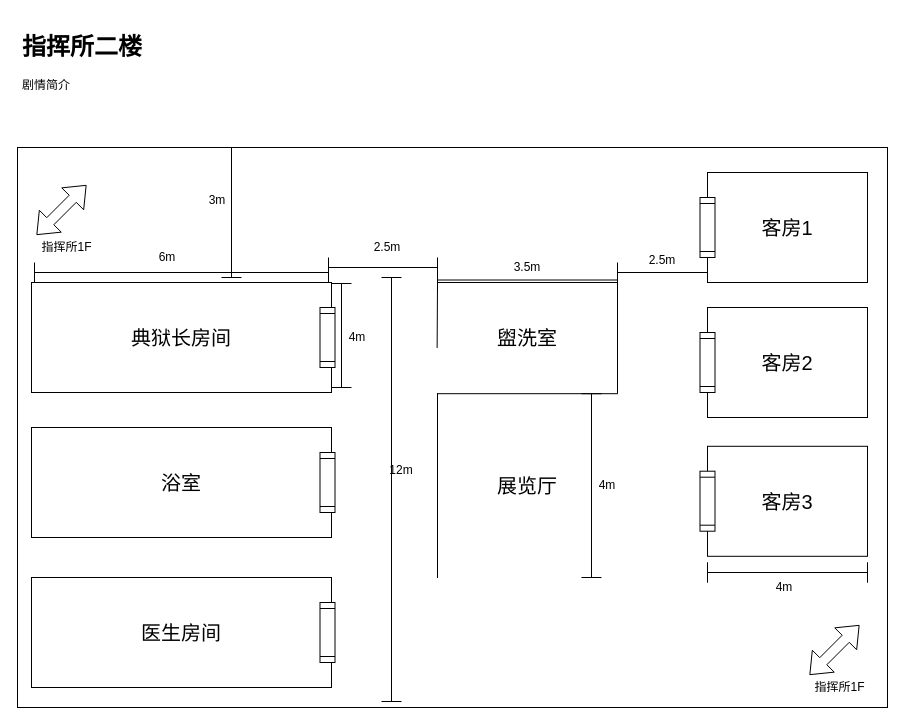
This is page "指挥所2楼平面图" (3 of 3) of Tools/LevelDesignUML/LevelDesignExample .drawio from kwh3884858/Hippocampus, a draw.io file, before an edit. Source tidied: cells renumbered, new cells numbered last; positions are measured from the earlier drawing's top-left corner, leaving out a move shared by most shapes. Both pictures are drawn from the tidied source at 100%, with x=0, y=0 at pixel (17, 27).
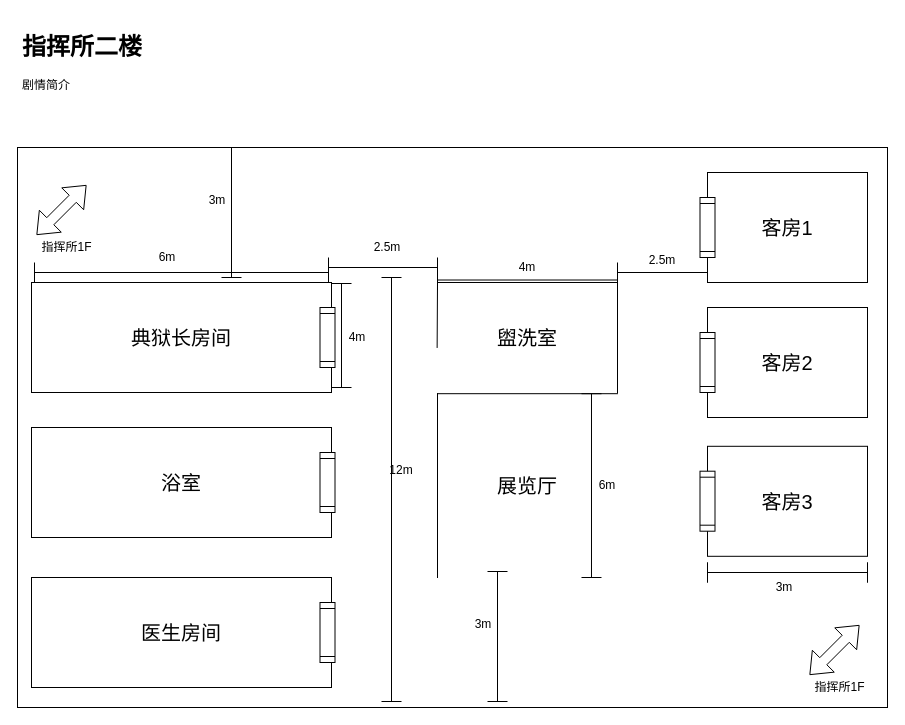
The same page after the edit.

Change to the diagram source:
```diff
@@
-    <mxCell id="26" value="3.5m" style="text;html=1;strokeColor=none;fillColor=none;align=center;verticalAlign=middle;whiteSpace=wrap;rounded=0;" parent="1" vertex="1">
+    <mxCell id="26" value="4m" style="text;html=1;strokeColor=none;fillColor=none;align=center;verticalAlign=middle;whiteSpace=wrap;rounded=0;" parent="1" vertex="1">
       <mxGeometry x="490" y="230" width="40" height="20" as="geometry" />
     </mxCell>
@@
-    <mxCell id="36" value="4m" style="text;html=1;strokeColor=none;fillColor=none;align=center;verticalAlign=middle;whiteSpace=wrap;rounded=0;direction=south;" parent="1" vertex="1">
+    <mxCell id="36" value="6m" style="text;html=1;strokeColor=none;fillColor=none;align=center;verticalAlign=middle;whiteSpace=wrap;rounded=0;direction=south;" parent="1" vertex="1">
       <mxGeometry x="580" y="438.1" width="20" height="40" as="geometry" />
     </mxCell>
@@
-    <mxCell id="38" value="4m" style="text;html=1;strokeColor=none;fillColor=none;align=center;verticalAlign=middle;whiteSpace=wrap;rounded=0;" parent="1" vertex="1">
+    <mxCell id="38" value="3m" style="text;html=1;strokeColor=none;fillColor=none;align=center;verticalAlign=middle;whiteSpace=wrap;rounded=0;" parent="1" vertex="1">
       <mxGeometry x="747" y="550" width="40" height="20" as="geometry" />
     </mxCell>
@@
+    <mxCell id="42" style="shape=crossbar;whiteSpace=wrap;html=1;rounded=1;direction=south;" parent="1" vertex="1">
+      <mxGeometry x="470" y="544" width="20" height="130" as="geometry" />
+    </mxCell>
+    <mxCell id="43" value="3m" style="text;html=1;strokeColor=none;fillColor=none;align=center;verticalAlign=middle;whiteSpace=wrap;rounded=0;direction=south;" parent="1" vertex="1">
+      <mxGeometry x="456" y="576.5" width="20" height="40" as="geometry" />
+    </mxCell>
```
